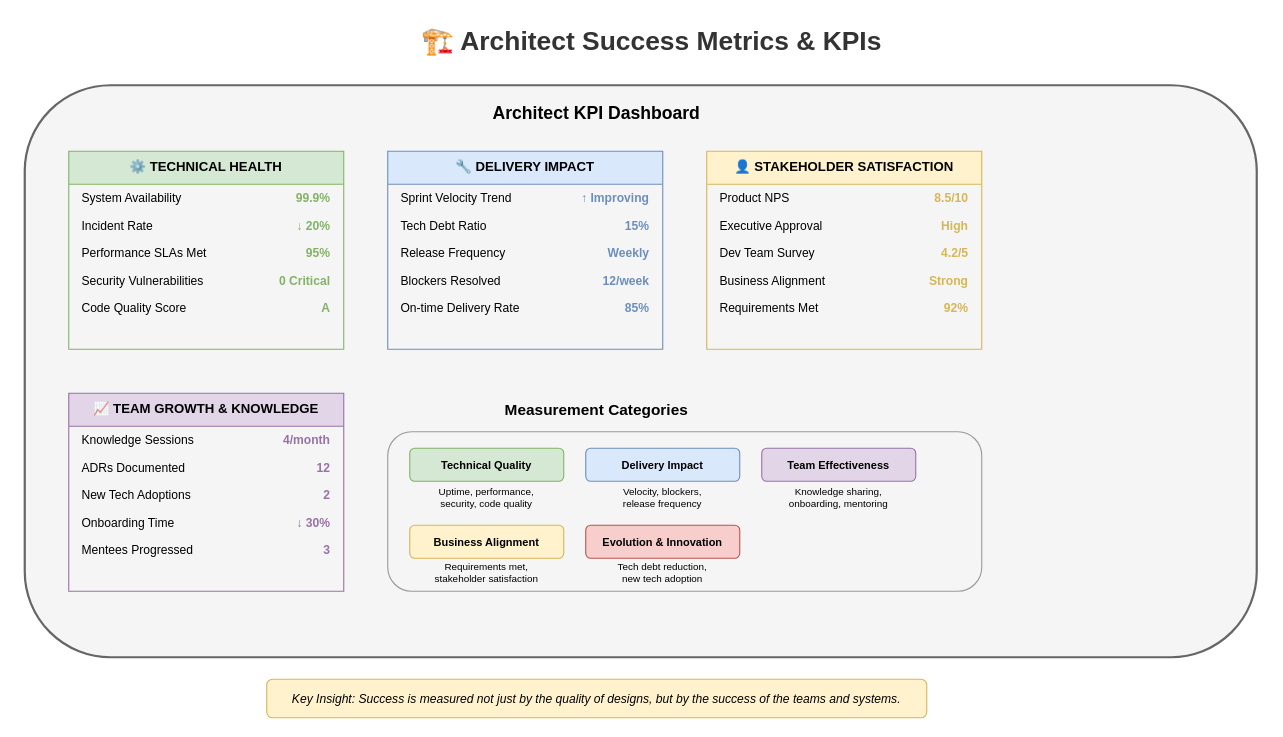
Above: lesson-00-software-architect-overview/04-success-metrics/4.1-success-metrics-kpis.drawio in MrParkerZ7/document-lesson-software-architect-x-claude (draw.io), before the change. Source tidied: cells renumbered, new cells numbered last; positions are measured from the earlier drawing's top-left corner, leaving out a move shared by most shapes. Both pictures are drawn from the tidied source at 110%, with x=0, y=0 at pixel (24, 19).
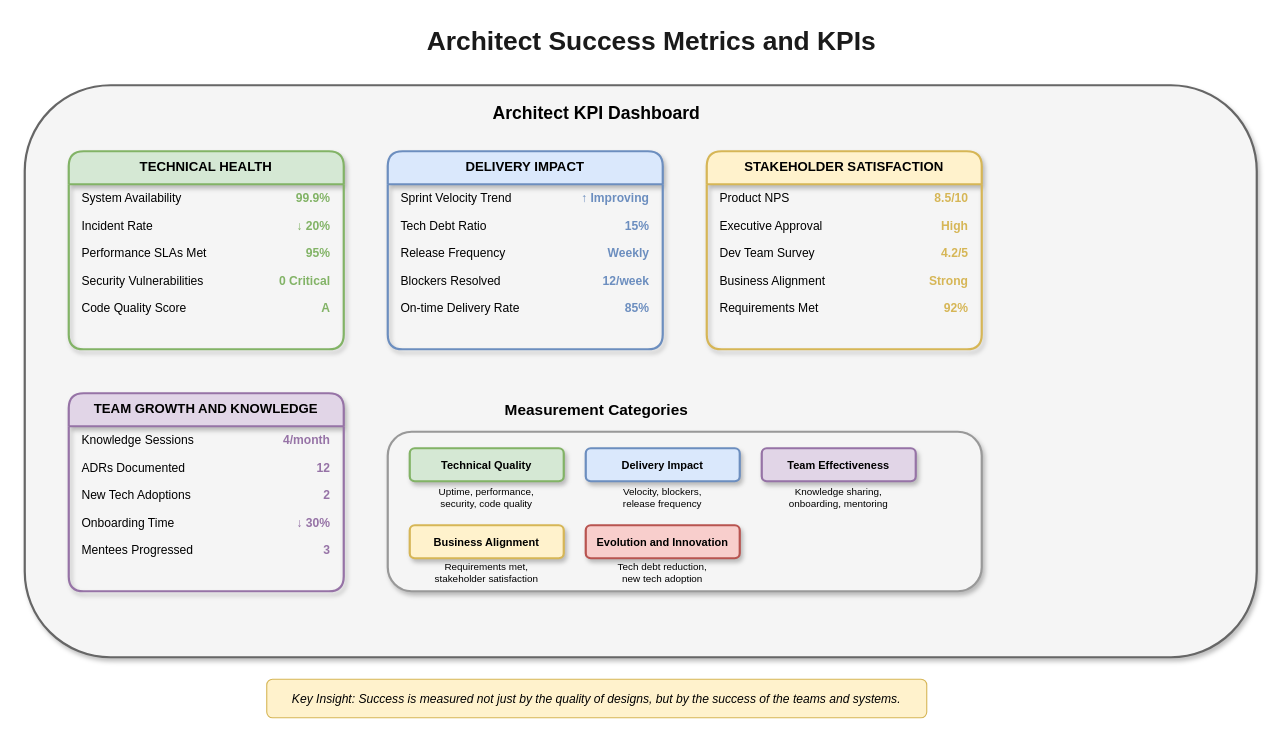
The same page after the edit.

What changed in the source:
```diff
@@
-    <mxCell id="2" value="🏗️ Architect Success Metrics &amp; KPIs" style="text;html=1;strokeColor=none;fillColor=none;align=center;verticalAlign=middle;whiteSpace=wrap;rounded=0;fontSize=24;fontStyle=1;fontColor=#333333;" parent="1" vertex="1">
+    <mxCell id="2" value="Architect Success Metrics and KPIs" style="text;html=1;strokeColor=none;fillColor=none;align=center;verticalAlign=middle;whiteSpace=wrap;rounded=0;fontSize=24;fontStyle=1;fontColor=#1a1a1a;" parent="1" vertex="1">
       <mxGeometry x="320" width="500" height="40" as="geometry" />
     </mxCell>
-    <mxCell id="3" style="rounded=1;whiteSpace=wrap;html=1;fillColor=#f5f5f5;strokeColor=#666666;strokeWidth=2;" parent="1" vertex="1">
+    <mxCell id="3" style="rounded=1;whiteSpace=wrap;html=1;fillColor=#f5f5f5;strokeColor=#666666;strokeWidth=2;shadow=1;" parent="1" vertex="1">
       <mxGeometry y="60" width="1120" height="520" as="geometry" />
     </mxCell>
@@
-    <mxCell id="5" value="⚙️ TECHNICAL HEALTH" style="swimlane;fontStyle=1;align=center;verticalAlign=top;horizontal=1;startSize=30;fillColor=#d5e8d4;strokeColor=#82b366;fontSize=12;" parent="1" vertex="1">
+    <mxCell id="5" value="TECHNICAL HEALTH" style="swimlane;fontStyle=1;align=center;verticalAlign=top;horizontal=1;startSize=30;fillColor=#d5e8d4;strokeColor=#82b366;fontSize=12;shadow=1;strokeWidth=2;rounded=1;" parent="1" vertex="1">
       <mxGeometry x="40" y="120" width="250" height="180" as="geometry" />
     </mxCell>
@@
-    <mxCell id="16" value="🔧 DELIVERY IMPACT" style="swimlane;fontStyle=1;align=center;verticalAlign=top;horizontal=1;startSize=30;fillColor=#dae8fc;strokeColor=#6c8ebf;fontSize=12;" parent="1" vertex="1">
+    <mxCell id="16" value="DELIVERY IMPACT" style="swimlane;fontStyle=1;align=center;verticalAlign=top;horizontal=1;startSize=30;fillColor=#dae8fc;strokeColor=#6c8ebf;fontSize=12;shadow=1;strokeWidth=2;rounded=1;" parent="1" vertex="1">
       <mxGeometry x="330" y="120" width="250" height="180" as="geometry" />
     </mxCell>
@@
-    <mxCell id="27" value="👤 STAKEHOLDER SATISFACTION" style="swimlane;fontStyle=1;align=center;verticalAlign=top;horizontal=1;startSize=30;fillColor=#fff2cc;strokeColor=#d6b656;fontSize=12;" parent="1" vertex="1">
+    <mxCell id="27" value="STAKEHOLDER SATISFACTION" style="swimlane;fontStyle=1;align=center;verticalAlign=top;horizontal=1;startSize=30;fillColor=#fff2cc;strokeColor=#d6b656;fontSize=12;shadow=1;strokeWidth=2;rounded=1;" parent="1" vertex="1">
       <mxGeometry x="620" y="120" width="250" height="180" as="geometry" />
     </mxCell>
@@
-    <mxCell id="38" value="📈 TEAM GROWTH &amp; KNOWLEDGE" style="swimlane;fontStyle=1;align=center;verticalAlign=top;horizontal=1;startSize=30;fillColor=#e1d5e7;strokeColor=#9673a6;fontSize=12;" parent="1" vertex="1">
+    <mxCell id="38" value="TEAM GROWTH AND KNOWLEDGE" style="swimlane;fontStyle=1;align=center;verticalAlign=top;horizontal=1;startSize=30;fillColor=#e1d5e7;strokeColor=#9673a6;fontSize=12;shadow=1;strokeWidth=2;rounded=1;" parent="1" vertex="1">
       <mxGeometry x="40" y="340" width="250" height="180" as="geometry" />
     </mxCell>
@@
-    <mxCell id="50" style="rounded=1;whiteSpace=wrap;html=1;fillColor=#f5f5f5;strokeColor=#999999;" parent="1" vertex="1">
+    <mxCell id="50" style="rounded=1;whiteSpace=wrap;html=1;fillColor=#f5f5f5;strokeColor=#999999;shadow=1;strokeWidth=2;" parent="1" vertex="1">
       <mxGeometry x="330" y="375" width="540" height="145" as="geometry" />
     </mxCell>
-    <mxCell id="51" value="Technical Quality" style="rounded=1;whiteSpace=wrap;html=1;fillColor=#d5e8d4;strokeColor=#82b366;fontSize=10;fontStyle=1;" parent="1" vertex="1">
+    <mxCell id="51" value="Technical Quality" style="rounded=1;whiteSpace=wrap;html=1;fillColor=#d5e8d4;strokeColor=#82b366;fontSize=10;fontStyle=1;shadow=1;strokeWidth=2;" parent="1" vertex="1">
       <mxGeometry x="350" y="390" width="140" height="30" as="geometry" />
     </mxCell>
@@
-    <mxCell id="53" value="Delivery Impact" style="rounded=1;whiteSpace=wrap;html=1;fillColor=#dae8fc;strokeColor=#6c8ebf;fontSize=10;fontStyle=1;" parent="1" vertex="1">
+    <mxCell id="53" value="Delivery Impact" style="rounded=1;whiteSpace=wrap;html=1;fillColor=#dae8fc;strokeColor=#6c8ebf;fontSize=10;fontStyle=1;shadow=1;strokeWidth=2;" parent="1" vertex="1">
       <mxGeometry x="510" y="390" width="140" height="30" as="geometry" />
     </mxCell>
@@
-    <mxCell id="55" value="Team Effectiveness" style="rounded=1;whiteSpace=wrap;html=1;fillColor=#e1d5e7;strokeColor=#9673a6;fontSize=10;fontStyle=1;" parent="1" vertex="1">
+    <mxCell id="55" value="Team Effectiveness" style="rounded=1;whiteSpace=wrap;html=1;fillColor=#e1d5e7;strokeColor=#9673a6;fontSize=10;fontStyle=1;shadow=1;strokeWidth=2;" parent="1" vertex="1">
       <mxGeometry x="670" y="390" width="140" height="30" as="geometry" />
     </mxCell>
@@
-    <mxCell id="57" value="Business Alignment" style="rounded=1;whiteSpace=wrap;html=1;fillColor=#fff2cc;strokeColor=#d6b656;fontSize=10;fontStyle=1;" parent="1" vertex="1">
+    <mxCell id="57" value="Business Alignment" style="rounded=1;whiteSpace=wrap;html=1;fillColor=#fff2cc;strokeColor=#d6b656;fontSize=10;fontStyle=1;shadow=1;strokeWidth=2;" parent="1" vertex="1">
       <mxGeometry x="350" y="460" width="140" height="30" as="geometry" />
     </mxCell>
@@
-    <mxCell id="59" value="Evolution &amp; Innovation" style="rounded=1;whiteSpace=wrap;html=1;fillColor=#f8cecc;strokeColor=#b85450;fontSize=10;fontStyle=1;" parent="1" vertex="1">
+    <mxCell id="59" value="Evolution and Innovation" style="rounded=1;whiteSpace=wrap;html=1;fillColor=#f8cecc;strokeColor=#b85450;fontSize=10;fontStyle=1;shadow=1;strokeWidth=2;" parent="1" vertex="1">
       <mxGeometry x="510" y="460" width="140" height="30" as="geometry" />
     </mxCell>
```
